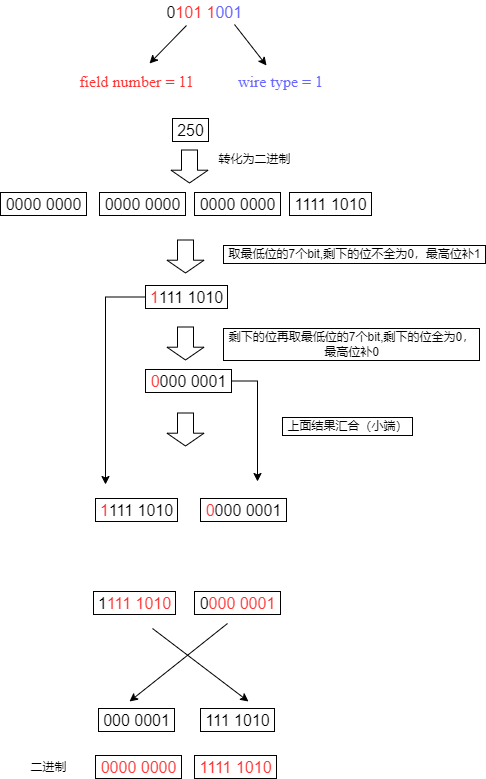
sihaibao/note keeps this draw.io diagram as protobuf/demo1.png. Above is the earlier version. Source tidied: cells renumbered, new cells last; positions are measured from the earlier drawing's top-left corner, leaving out a move shared by most shapes. Source of this version:
```xml
<mxGraphModel>
  <root>
    <mxCell id="0" />
    <mxCell id="1" parent="0" />
    <mxCell id="2" value="0&lt;font color=&quot;#ff3333&quot;&gt;101 1&lt;/font&gt;&lt;font color=&quot;#6666ff&quot;&gt;001&amp;nbsp;&lt;/font&gt;" style="text;html=1;align=center;verticalAlign=middle;strokeColor=none;fillColor=none;fontSize=16;" parent="1" vertex="1">
      <mxGeometry x="161" width="90" height="23" as="geometry" />
    </mxCell>
    <mxCell id="3" style="endArrow=classic;html=1;rounded=0;shadow=0;fontSize=16;fontColor=#6666FF;fontFamily=Times New Roman;" parent="1" edge="1">
      <mxGeometry relative="1" as="geometry">
        <mxPoint x="186" y="25" as="sourcePoint" />
        <mxPoint x="149" y="63" as="targetPoint" />
      </mxGeometry>
    </mxCell>
    <mxCell id="4" style="endArrow=classic;html=1;rounded=0;shadow=0;fontSize=16;fontColor=#6666FF;fontFamily=Times New Roman;" parent="1" edge="1">
      <mxGeometry relative="1" as="geometry">
        <mxPoint x="234" y="24" as="sourcePoint" />
        <mxPoint x="266" y="65" as="targetPoint" />
      </mxGeometry>
    </mxCell>
    <mxCell id="5" value="&lt;font color=&quot;#6666ff&quot;&gt;wire type = 1&lt;/font&gt;" style="text;html=1;align=center;verticalAlign=middle;strokeColor=none;fillColor=none;fontSize=16;fontFamily=Times New Roman;fontColor=#000000;" parent="1" vertex="1">
      <mxGeometry x="232" y="69" width="95" height="23" as="geometry" />
    </mxCell>
    <mxCell id="6" value="&lt;font color=&quot;#ff3333&quot;&gt;field number = 11&lt;/font&gt;" style="text;html=1;align=center;verticalAlign=middle;strokeColor=none;fillColor=none;fontSize=16;fontFamily=Times New Roman;fontColor=#000000;" parent="1" vertex="1">
      <mxGeometry x="74" y="69" width="124" height="23" as="geometry" />
    </mxCell>
    <mxCell id="7" value="1111 1010" style="text;html=1;align=center;verticalAlign=middle;strokeColor=default;fillColor=none;fontSize=16;" parent="1" vertex="1">
      <mxGeometry x="289" y="192" width="82" height="23" as="geometry" />
    </mxCell>
    <mxCell id="8" value="0000 0000" style="text;html=1;align=center;verticalAlign=middle;strokeColor=default;fillColor=none;fontSize=16;" parent="1" vertex="1">
      <mxGeometry x="194" y="192" width="86" height="23" as="geometry" />
    </mxCell>
    <mxCell id="9" value="0000 0000" style="text;html=1;align=center;verticalAlign=middle;strokeColor=default;fillColor=none;fontSize=16;" parent="1" vertex="1">
      <mxGeometry y="192" width="86" height="23" as="geometry" />
    </mxCell>
    <mxCell id="10" value="0000 0000" style="text;html=1;align=center;verticalAlign=middle;strokeColor=default;fillColor=none;fontSize=16;" parent="1" vertex="1">
      <mxGeometry x="99" y="192" width="86" height="23" as="geometry" />
    </mxCell>
    <mxCell id="11" value="250" style="text;html=1;align=center;verticalAlign=middle;strokeColor=default;fillColor=none;fontSize=16;" parent="1" vertex="1">
      <mxGeometry x="172" y="118" width="36" height="23" as="geometry" />
    </mxCell>
    <mxCell id="12" style="shape=flexArrow;endArrow=classic;html=1;rounded=0;width=16;endSize=3.93;" parent="1" edge="1">
      <mxGeometry relative="1" as="geometry">
        <mxPoint x="189" y="149" as="sourcePoint" />
        <mxPoint x="189" y="183" as="targetPoint" />
      </mxGeometry>
    </mxCell>
    <mxCell id="13" value="转化为二进制" style="text;html=1;align=center;verticalAlign=middle;strokeColor=none;fillColor=none;" parent="1" vertex="1">
      <mxGeometry x="213" y="150" width="82" height="18" as="geometry" />
    </mxCell>
    <mxCell id="14" style="shape=flexArrow;endArrow=classic;html=1;rounded=0;width=16;endSize=3.93;" parent="1" edge="1">
      <mxGeometry relative="1" as="geometry">
        <mxPoint x="185" y="239" as="sourcePoint" />
        <mxPoint x="185" y="273" as="targetPoint" />
      </mxGeometry>
    </mxCell>
    <mxCell id="15" value="取最低位的7个bit,剩下的位不全为0，最高位补1" style="text;html=1;align=center;verticalAlign=middle;strokeColor=default;fillColor=none;" parent="1" vertex="1">
      <mxGeometry x="223" y="245" width="262" height="18" as="geometry" />
    </mxCell>
    <mxCell id="16" style="edgeStyle=orthogonalEdgeStyle;rounded=0;jettySize=auto;html=1;fontColor=#000000;" parent="1" edge="1" source="17">
      <mxGeometry relative="1" as="geometry">
        <mxPoint x="105" y="484" as="targetPoint" />
      </mxGeometry>
    </mxCell>
    <mxCell id="17" value="&lt;font color=&quot;#ff3333&quot;&gt;1&lt;/font&gt;111 1010" style="text;html=1;align=center;verticalAlign=middle;points=[];strokeColor=default;fillColor=none;fontSize=16;" parent="1" vertex="1">
      <mxGeometry x="145" y="285" width="82" height="23" as="geometry" />
    </mxCell>
    <mxCell id="18" value="剩下的位再取最低位的7个bit,剩下的位全为0，&lt;br&gt;最高位补0" style="text;html=1;align=center;verticalAlign=middle;strokeColor=default;fillColor=none;" parent="1" vertex="1">
      <mxGeometry x="223" y="328" width="256" height="32" as="geometry" />
    </mxCell>
    <mxCell id="19" style="shape=flexArrow;endArrow=classic;html=1;rounded=0;width=16;endSize=3.93;" parent="1" edge="1">
      <mxGeometry relative="1" as="geometry">
        <mxPoint x="185" y="326" as="sourcePoint" />
        <mxPoint x="185" y="360" as="targetPoint" />
      </mxGeometry>
    </mxCell>
    <mxCell id="20" style="edgeStyle=orthogonalEdgeStyle;rounded=0;jettySize=auto;html=1;fontColor=#000000;" parent="1" edge="1" source="21">
      <mxGeometry relative="1" as="geometry">
        <mxPoint x="257" y="481" as="targetPoint" />
      </mxGeometry>
    </mxCell>
    <mxCell id="21" value="&lt;font color=&quot;#ff3333&quot;&gt;0&lt;/font&gt;000 0001" style="text;html=1;align=center;verticalAlign=middle;points=[];strokeColor=default;fillColor=none;fontSize=16;" parent="1" vertex="1">
      <mxGeometry x="145" y="369" width="86" height="23" as="geometry" />
    </mxCell>
    <mxCell id="22" style="shape=flexArrow;endArrow=classic;html=1;rounded=0;width=16;endSize=3.93;" parent="1" edge="1">
      <mxGeometry relative="1" as="geometry">
        <mxPoint x="185" y="412" as="sourcePoint" />
        <mxPoint x="185" y="446" as="targetPoint" />
      </mxGeometry>
    </mxCell>
    <mxCell id="23" value="上面结果汇合（小端）" style="text;html=1;align=center;verticalAlign=middle;strokeColor=default;fillColor=none;fontColor=#000000;" parent="1" vertex="1">
      <mxGeometry x="282" y="417" width="130" height="18" as="geometry" />
    </mxCell>
    <mxCell id="24" value="&lt;font color=&quot;#ff3333&quot;&gt;1&lt;/font&gt;111 1010" style="text;html=1;align=center;verticalAlign=middle;strokeColor=default;fillColor=none;fontSize=16;" parent="1" vertex="1">
      <mxGeometry x="95" y="498" width="82" height="23" as="geometry" />
    </mxCell>
    <mxCell id="25" value="&lt;font color=&quot;#ff3333&quot;&gt;0&lt;/font&gt;000 0001" style="text;html=1;align=center;verticalAlign=middle;strokeColor=default;fillColor=none;fontSize=16;" parent="1" vertex="1">
      <mxGeometry x="200" y="498" width="86" height="23" as="geometry" />
    </mxCell>
    <mxCell id="26" value="1&lt;font color=&quot;#ff3333&quot;&gt;111 1010&lt;/font&gt;" style="text;html=1;align=center;verticalAlign=middle;strokeColor=default;fillColor=none;fontSize=16;" parent="1" vertex="1">
      <mxGeometry x="93" y="591" width="82" height="23" as="geometry" />
    </mxCell>
    <mxCell id="27" value="0&lt;font color=&quot;#ff3333&quot;&gt;000 0001&lt;/font&gt;" style="text;html=1;align=center;verticalAlign=middle;strokeColor=default;fillColor=none;fontSize=16;" parent="1" vertex="1">
      <mxGeometry x="194" y="591" width="86" height="23" as="geometry" />
    </mxCell>
    <mxCell id="28" style="endArrow=classic;html=1;rounded=0;shadow=0;fontSize=16;fontColor=#6666FF;fontFamily=Times New Roman;" parent="1" edge="1">
      <mxGeometry relative="1" as="geometry">
        <mxPoint x="152" y="628" as="sourcePoint" />
        <mxPoint x="248" y="701" as="targetPoint" />
      </mxGeometry>
    </mxCell>
    <mxCell id="29" style="endArrow=classic;html=1;rounded=0;shadow=0;fontSize=16;fontColor=#6666FF;fontFamily=Times New Roman;" parent="1" edge="1">
      <mxGeometry relative="1" as="geometry">
        <mxPoint x="227" y="623" as="sourcePoint" />
        <mxPoint x="129" y="701" as="targetPoint" />
      </mxGeometry>
    </mxCell>
    <mxCell id="30" value="&lt;font color=&quot;#000000&quot;&gt;二进制&lt;/font&gt;" style="text;html=1;align=center;verticalAlign=middle;strokeColor=none;fillColor=none;fontColor=#FF3333;" parent="1" vertex="1">
      <mxGeometry x="25" y="757.5" width="46" height="18" as="geometry" />
    </mxCell>
    <mxCell id="31" value="000 0001" style="text;html=1;align=center;verticalAlign=middle;strokeColor=#000000;fillColor=none;fontSize=16;" parent="1" vertex="1">
      <mxGeometry x="98" y="708" width="76" height="23" as="geometry" />
    </mxCell>
    <mxCell id="32" value="111 1010" style="text;html=1;align=center;verticalAlign=middle;strokeColor=default;fillColor=none;fontSize=16;" parent="1" vertex="1">
      <mxGeometry x="200" y="708" width="74" height="23" as="geometry" />
    </mxCell>
    <mxCell id="33" value="&lt;font color=&quot;#ff3333&quot;&gt;1111 1010&lt;/font&gt;" style="text;html=1;align=center;verticalAlign=middle;strokeColor=default;fillColor=none;fontSize=16;" parent="1" vertex="1">
      <mxGeometry x="194" y="755" width="82" height="23" as="geometry" />
    </mxCell>
    <mxCell id="34" value="&lt;font color=&quot;#ff3333&quot;&gt;0000 0000&lt;/font&gt;" style="text;html=1;align=center;verticalAlign=middle;strokeColor=default;fillColor=none;fontSize=16;" parent="1" vertex="1">
      <mxGeometry x="95" y="755" width="86" height="23" as="geometry" />
    </mxCell>
  </root>
</mxGraphModel>
```
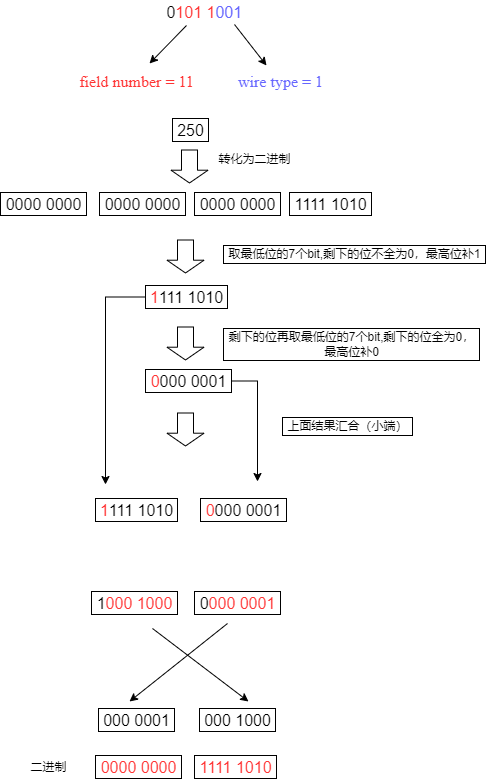
After the change.

What changed in the source:
```diff
@@ -96,8 +96,8 @@
     <mxCell id="25" value="&lt;font color=&quot;#ff3333&quot;&gt;0&lt;/font&gt;000 0001" style="text;html=1;align=center;verticalAlign=middle;strokeColor=default;fillColor=none;fontSize=16;" parent="1" vertex="1">
       <mxGeometry x="200" y="498" width="86" height="23" as="geometry" />
     </mxCell>
-    <mxCell id="26" value="1&lt;font color=&quot;#ff3333&quot;&gt;111 1010&lt;/font&gt;" style="text;html=1;align=center;verticalAlign=middle;strokeColor=default;fillColor=none;fontSize=16;" parent="1" vertex="1">
-      <mxGeometry x="93" y="591" width="82" height="23" as="geometry" />
+    <mxCell id="26" value="1&lt;font color=&quot;#ff3333&quot;&gt;000 1000&lt;/font&gt;" style="text;html=1;align=center;verticalAlign=middle;strokeColor=default;fillColor=none;fontSize=16;" parent="1" vertex="1">
+      <mxGeometry x="91" y="591" width="86" height="23" as="geometry" />
     </mxCell>
     <mxCell id="27" value="0&lt;font color=&quot;#ff3333&quot;&gt;000 0001&lt;/font&gt;" style="text;html=1;align=center;verticalAlign=middle;strokeColor=default;fillColor=none;fontSize=16;" parent="1" vertex="1">
       <mxGeometry x="194" y="591" width="86" height="23" as="geometry" />
@@ -120,8 +120,8 @@
     <mxCell id="31" value="000 0001" style="text;html=1;align=center;verticalAlign=middle;strokeColor=#000000;fillColor=none;fontSize=16;" parent="1" vertex="1">
       <mxGeometry x="98" y="708" width="76" height="23" as="geometry" />
     </mxCell>
-    <mxCell id="32" value="111 1010" style="text;html=1;align=center;verticalAlign=middle;strokeColor=default;fillColor=none;fontSize=16;" parent="1" vertex="1">
-      <mxGeometry x="200" y="708" width="74" height="23" as="geometry" />
+    <mxCell id="32" value="000 1000" style="text;html=1;align=center;verticalAlign=middle;strokeColor=default;fillColor=none;fontSize=16;" parent="1" vertex="1">
+      <mxGeometry x="199" y="708" width="76" height="23" as="geometry" />
     </mxCell>
     <mxCell id="33" value="&lt;font color=&quot;#ff3333&quot;&gt;1111 1010&lt;/font&gt;" style="text;html=1;align=center;verticalAlign=middle;strokeColor=default;fillColor=none;fontSize=16;" parent="1" vertex="1">
       <mxGeometry x="194" y="755" width="82" height="23" as="geometry" />
```
